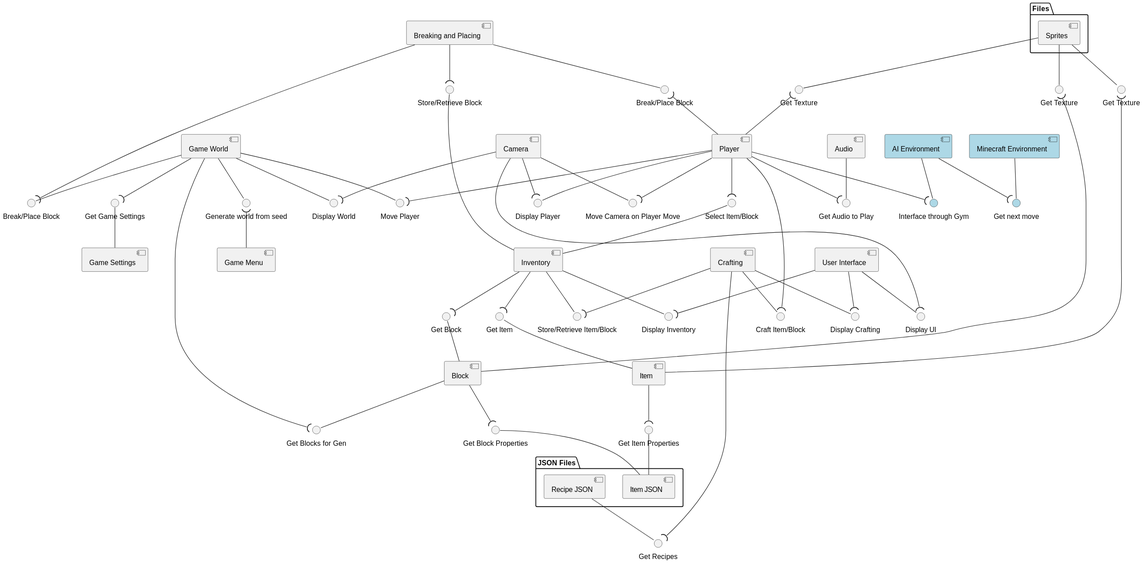
Above: Diagrams/component/ComponentDiagram.svg in 2333263/ScrumDogMillionaires (PlantUML), before the change.
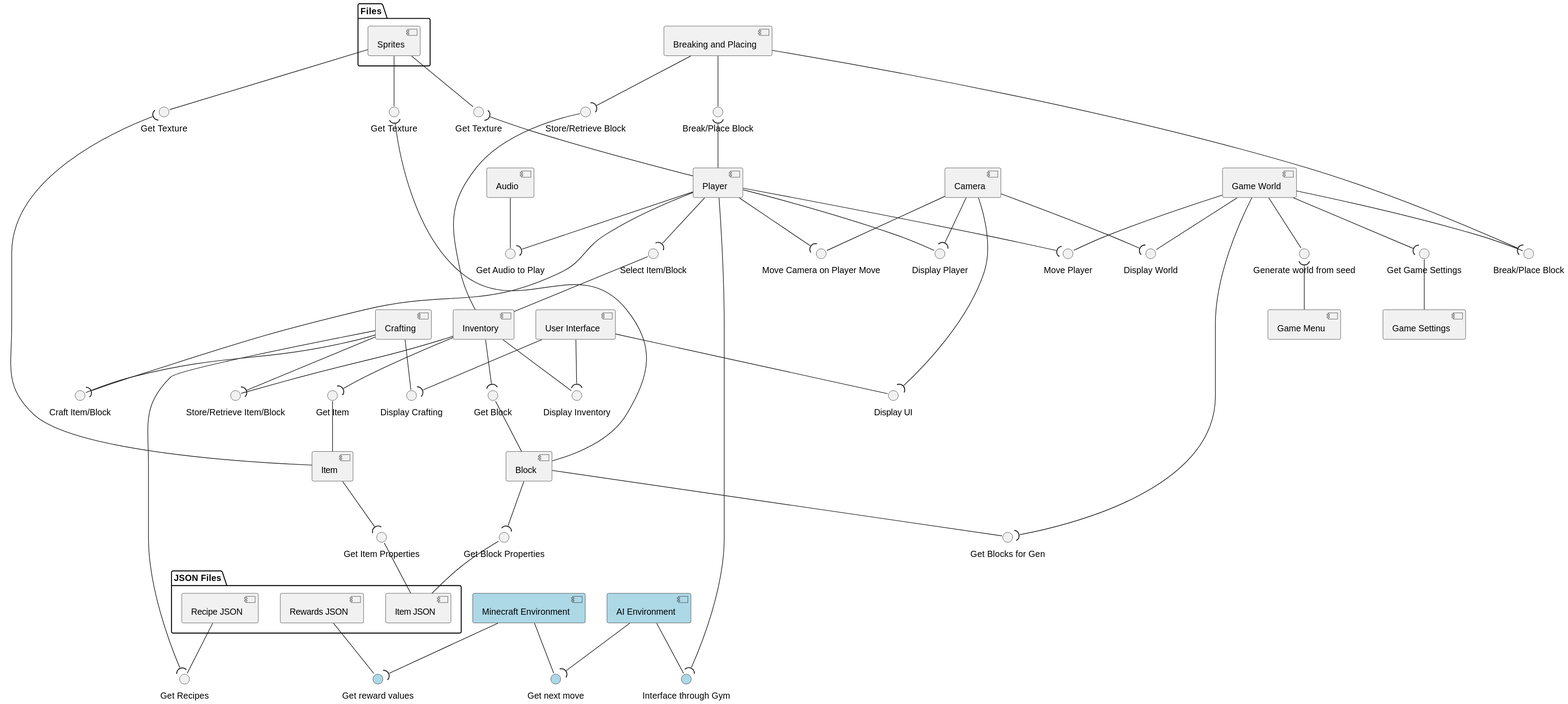
After the change.

Commit message:
Updated Component Diagram

The edit, as a diff of the source:
```diff
@@ -23,6 +23,7 @@
 folder "JSON Files"{
     [Item JSON]
     [Recipe JSON]
+    [Rewards JSON]
 }
 () "Get Texture" as GT1
 () "Get Texture" as GT2
@@ -128,5 +129,9 @@
 [AI Environment] --( nextAIMove
 [Minecraft Environment] -- nextAIMove
 
+() "Get reward values" as rewardValues #ADD8E6
+[Rewards JSON] -- rewardValues
+[Minecraft Environment] --( rewardValues
+
 
 @enduml
```
